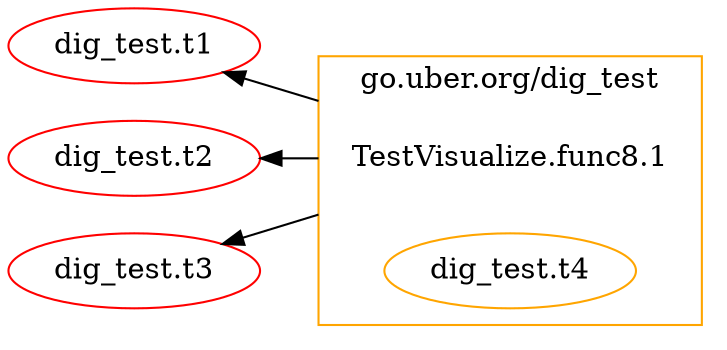
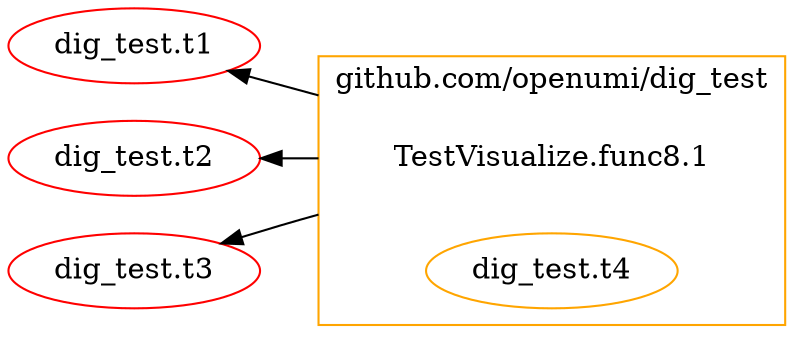
digraph {
	rankdir=RL;
	graph [compound=true];
	subgraph cluster_0 {
- 		label = "go.uber.org/dig_test";
+ 		label = "github.com/openumi/dig_test";
		constructor_0 [shape=plaintext label="TestVisualize.func8.1"];
		color=orange;
		"dig_test.t4" [label=<dig_test.t4>];
	}
	constructor_0 -> "dig_test.t1" [ltail=cluster_0];
	constructor_0 -> "dig_test.t2" [ltail=cluster_0];
	constructor_0 -> "dig_test.t3" [ltail=cluster_0];
	"dig_test.t4" [color=orange];
	"dig_test.t1" [color=red];
	"dig_test.t2" [color=red];
	"dig_test.t3" [color=red];
}